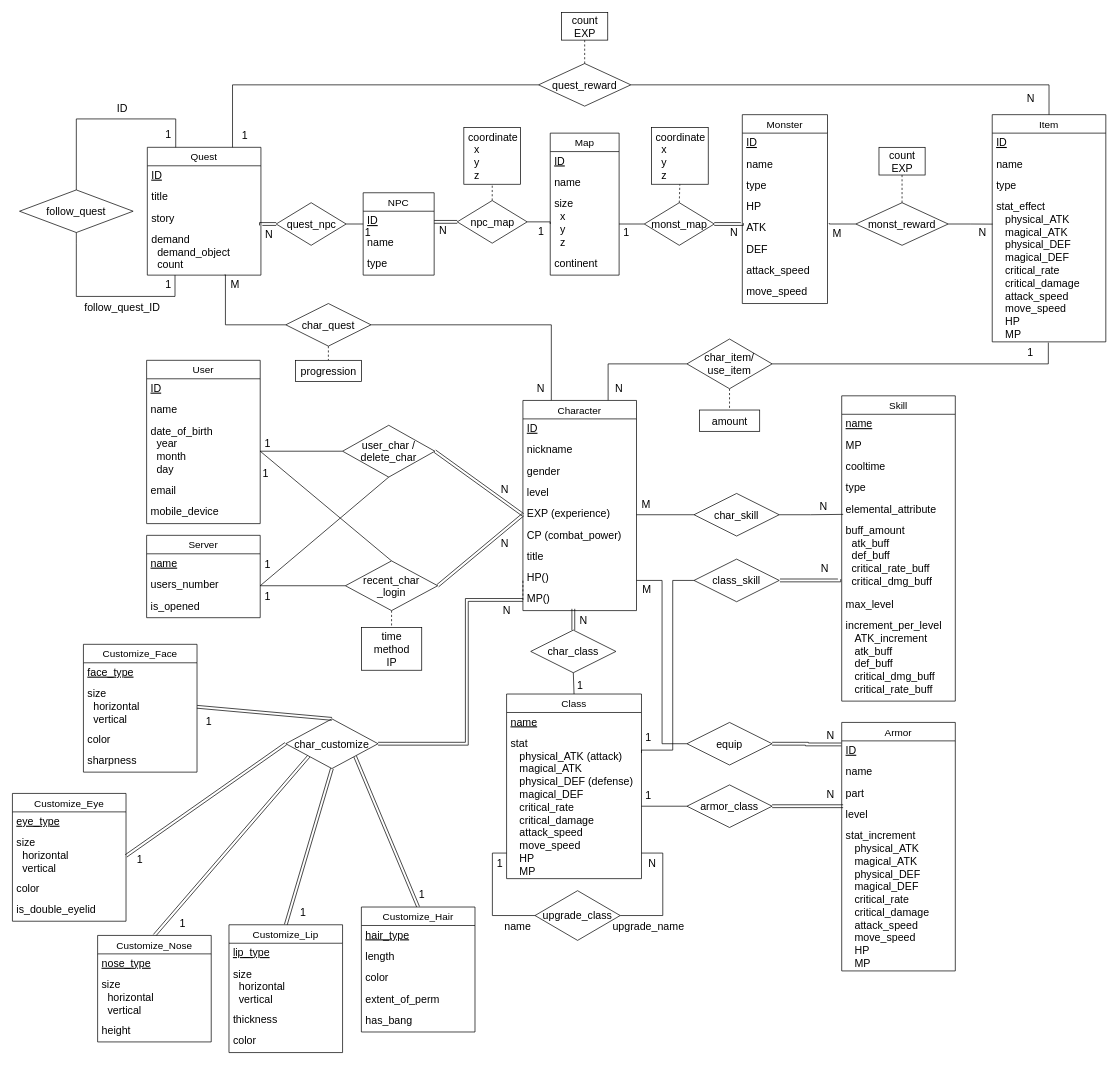
Earlier version of the draw.io diagram MMORPG.drawio (gpdls8370/DB_Report). Source tidied: cells renumbered, new cells numbered last; positions are measured from the earlier drawing's top-left corner, leaving out a move shared by most shapes. Both pictures are drawn from the tidied source at 71%, with x=0, y=0 at pixel (12, 12).
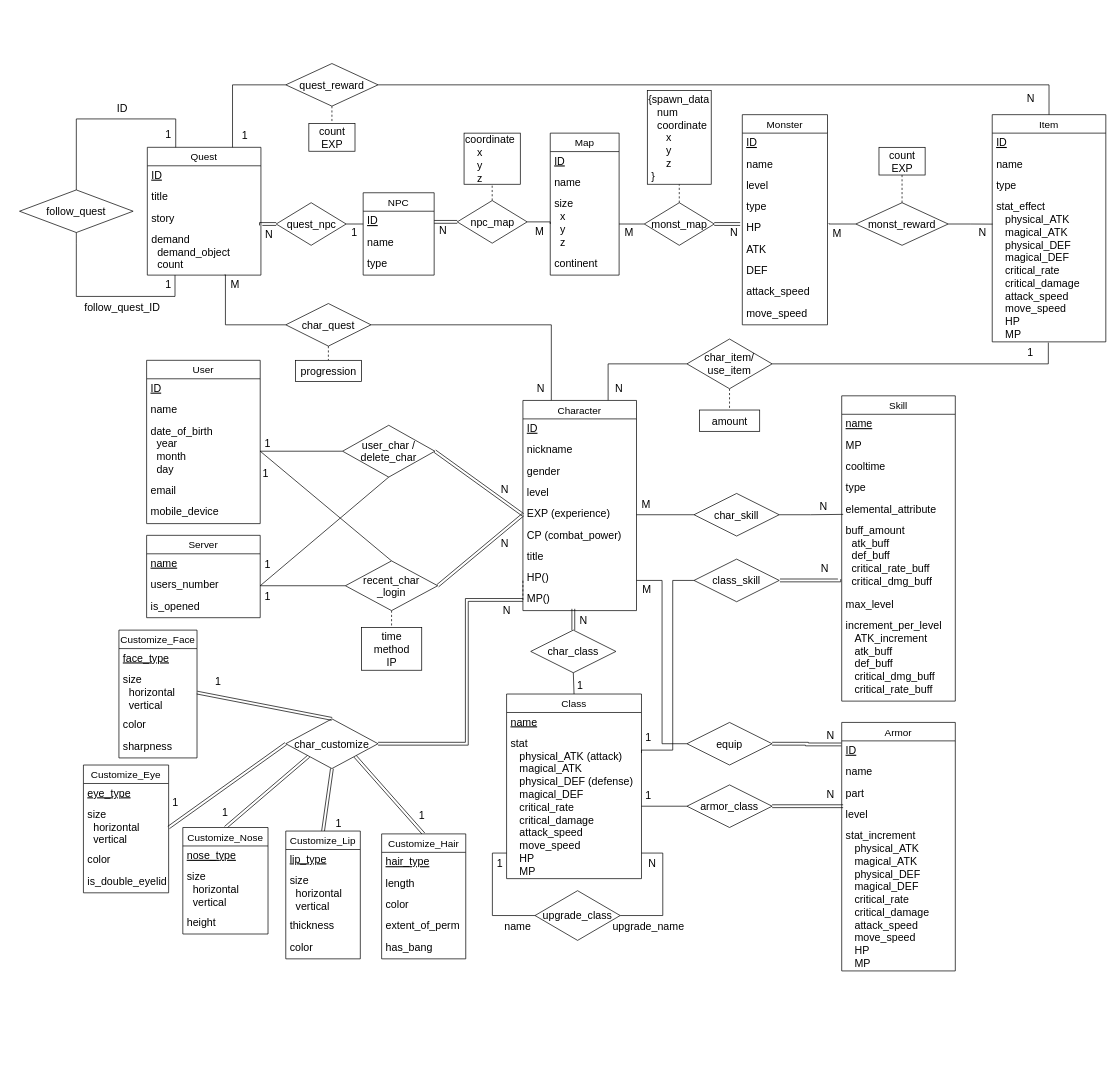
The same page after the edit.

Unchanged cells that the change refers to:
```xml
<mxCell id="100" value="monst_reward" style="shape=rhombus;perimeter=rhombusPerimeter;whiteSpace=wrap;html=1;align=center;fontSize=15;" parent="1" vertex="1">
  <mxGeometry x="1188" y="268" width="130" height="60" as="geometry" />
</mxCell>
<mxCell id="103" value="npc_map" style="shape=rhombus;perimeter=rhombusPerimeter;whiteSpace=wrap;html=1;align=center;fontSize=15;" parent="1" vertex="1">
  <mxGeometry x="626.5" y="265" width="98.5" height="60" as="geometry" />
</mxCell>
<mxCell id="106" value="monst_map" style="shape=rhombus;perimeter=rhombusPerimeter;whiteSpace=wrap;html=1;align=center;fontSize=15;" parent="1" vertex="1">
  <mxGeometry x="890" y="268" width="98.5" height="60" as="geometry" />
</mxCell>
```

The edit, as a diff of the source:
```diff
@@
     <mxCell id="45" value="Monster" style="swimlane;fontStyle=0;horizontal=1;startSize=26;align=center;fontSize=14;" parent="1" vertex="1">
-      <mxGeometry x="1028" y="144" width="120" height="266" as="geometry" />
+      <mxGeometry x="1028" y="144" width="120" height="296" as="geometry" />
     </mxCell>
@@
-    <mxCell id="48" value="type" style="text;strokeColor=none;fillColor=none;spacingLeft=5;spacingRight=4;overflow=hidden;fontSize=15;spacing=1;spacingBottom=-1;spacingTop=-1;" parent="45" vertex="1">
+    <mxCell id="48" value="level" style="text;strokeColor=none;fillColor=none;spacingLeft=5;spacingRight=4;overflow=hidden;fontSize=15;spacing=1;spacingBottom=-1;spacingTop=-1;" parent="45" vertex="1">
       <mxGeometry y="86" width="120" height="30" as="geometry" />
     </mxCell>
+    <mxCell id="212" value="type" style="text;strokeColor=none;fillColor=none;spacingLeft=5;spacingRight=4;overflow=hidden;fontSize=15;spacing=1;spacingBottom=-1;spacingTop=-1;" parent="45" vertex="1">
+      <mxGeometry y="116" width="120" height="30" as="geometry" />
+    </mxCell>
     <mxCell id="49" value="HP" style="text;strokeColor=none;fillColor=none;spacingLeft=5;spacingRight=4;overflow=hidden;points=[[0,0.5],[1,0.5]];portConstraint=eastwest;fontSize=15;spacing=1;spacingBottom=-1;spacingTop=-1;" parent="45" vertex="1">
-      <mxGeometry y="116" width="120" height="30" as="geometry" />
+      <mxGeometry y="146" width="120" height="30" as="geometry" />
     </mxCell>
     <mxCell id="50" value="ATK" style="text;strokeColor=none;fillColor=none;spacingLeft=5;spacingRight=4;overflow=hidden;points=[[0,0.5],[1,0.5]];portConstraint=eastwest;fontSize=15;spacing=1;spacingBottom=-1;spacingTop=-1;" parent="45" vertex="1">
-      <mxGeometry y="146" width="120" height="30" as="geometry" />
+      <mxGeometry y="176" width="120" height="30" as="geometry" />
     </mxCell>
     <mxCell id="51" value="DEF" style="text;strokeColor=none;fillColor=none;spacingLeft=5;spacingRight=4;overflow=hidden;fontSize=15;spacing=1;spacingBottom=-1;spacingTop=-1;" parent="45" vertex="1">
-      <mxGeometry y="176" width="120" height="30" as="geometry" />
+      <mxGeometry y="206" width="120" height="30" as="geometry" />
     </mxCell>
     <mxCell id="52" value="attack_speed" style="text;strokeColor=none;fillColor=none;spacingLeft=5;spacingRight=4;overflow=hidden;fontSize=15;spacing=1;spacingBottom=-1;spacingTop=-1;" parent="45" vertex="1">
-      <mxGeometry y="206" width="120" height="30" as="geometry" />
+      <mxGeometry y="236" width="120" height="30" as="geometry" />
     </mxCell>
     <mxCell id="53" value="move_speed" style="text;strokeColor=none;fillColor=none;spacingLeft=5;spacingRight=4;overflow=hidden;fontSize=15;spacing=1;spacingBottom=-1;spacingTop=-1;" parent="45" vertex="1">
-      <mxGeometry y="236" width="120" height="30" as="geometry" />
+      <mxGeometry y="266" width="120" height="30" as="geometry" />
     </mxCell>
@@
     <mxCell id="73" value="1" style="html=1;align=right;verticalAlign=bottom;fontSize=15;" parent="1" vertex="1">
-      <mxGeometry x="501" y="328" as="geometry">
+      <mxGeometry x="482" y="327" as="geometry">
         <mxPoint x="4" y="-7" as="offset" />
       </mxGeometry>
     </mxCell>
@@
+    <mxCell id="213" style="edgeStyle=orthogonalEdgeStyle;rounded=0;jettySize=auto;html=1;exitX=0.5;exitY=1;exitDx=0;exitDy=0;entryX=0.5;entryY=0;entryDx=0;entryDy=0;dashed=1;endArrow=none;endFill=0;" parent="1" edge="1" source="88" target="90">
+      <mxGeometry relative="1" as="geometry" />
+    </mxCell>
     <mxCell id="88" value="quest_reward" style="shape=rhombus;perimeter=rhombusPerimeter;whiteSpace=wrap;html=1;align=center;fontSize=15;" parent="1" vertex="1">
-      <mxGeometry x="741" y="72" width="130" height="60" as="geometry" />
+      <mxGeometry x="385" y="72" width="130" height="60" as="geometry" />
     </mxCell>
-    <mxCell id="89" style="edgeStyle=orthogonalEdgeStyle;rounded=0;jettySize=auto;html=1;exitX=0.5;exitY=1;exitDx=0;exitDy=0;entryX=0.5;entryY=0;entryDx=0;entryDy=0;dashed=1;fontSize=15;endArrow=none;endFill=0;" parent="1" edge="1" source="90" target="88">
-      <mxGeometry relative="1" as="geometry" />
-    </mxCell>
     <mxCell id="90" value="count&lt;br&gt;EXP" style="whiteSpace=wrap;html=1;align=center;fontSize=15;" parent="1" vertex="1">
-      <mxGeometry x="773.5" width="65" height="39" as="geometry" />
+      <mxGeometry x="417.5" y="156.5" width="65" height="39" as="geometry" />
     </mxCell>
@@
-    <mxCell id="97" style="edgeStyle=orthogonalEdgeStyle;rounded=0;jettySize=auto;html=1;exitX=0;exitY=0.5;exitDx=0;exitDy=0;entryX=1.02;entryY=0.224;entryDx=0;entryDy=0;entryPerimeter=0;fontSize=15;endArrow=none;endFill=0;" parent="1" edge="1" source="100" target="50">
+    <mxCell id="97" style="edgeStyle=orthogonalEdgeStyle;rounded=0;jettySize=auto;html=1;exitX=0;exitY=0.5;exitDx=0;exitDy=0;entryX=1.017;entryY=0.233;entryDx=0;entryDy=0;entryPerimeter=0;fontSize=15;endArrow=none;endFill=0;" parent="1" edge="1" source="100" target="49">
       <mxGeometry relative="1" as="geometry" />
     </mxCell>
@@
-    <mxCell id="102" style="edgeStyle=orthogonalEdgeStyle;rounded=0;jettySize=auto;html=1;exitX=0.5;exitY=0;exitDx=0;exitDy=0;entryX=0.5;entryY=1;entryDx=0;entryDy=0;fontSize=15;endArrow=none;endFill=0;dashed=1;" parent="1" edge="1" source="103" target="113">
+    <mxCell id="102" style="edgeStyle=orthogonalEdgeStyle;rounded=0;jettySize=auto;html=1;exitX=0.5;exitY=0;exitDx=0;exitDy=0;entryX=0.5;entryY=1;entryDx=0;entryDy=0;dashed=1;endArrow=none;endFill=0;" parent="1" edge="1" source="103" target="113">
       <mxGeometry relative="1" as="geometry" />
     </mxCell>
@@
-    <mxCell id="104" style="edgeStyle=orthogonalEdgeStyle;rounded=0;jettySize=auto;html=1;exitX=1;exitY=0.5;exitDx=0;exitDy=0;entryX=-0.004;entryY=0.224;entryDx=0;entryDy=0;entryPerimeter=0;fontSize=15;endArrow=none;endFill=0;shape=link;" parent="1" edge="1" source="106" target="50">
+    <mxCell id="104" style="edgeStyle=orthogonalEdgeStyle;rounded=0;jettySize=auto;html=1;exitX=1;exitY=0.5;exitDx=0;exitDy=0;entryX=-0.025;entryY=0.267;entryDx=0;entryDy=0;entryPerimeter=0;fontSize=15;endArrow=none;endFill=0;shape=link;" parent="1" edge="1" source="106" target="49">
       <mxGeometry relative="1" as="geometry" />
     </mxCell>
@@
-    <mxCell id="111" value="1" style="html=1;align=right;verticalAlign=bottom;fontSize=15;" parent="1" vertex="1">
-      <mxGeometry x="865" y="328" as="geometry">
+    <mxCell id="111" value="M" style="html=1;align=right;verticalAlign=bottom;fontSize=15;" parent="1" vertex="1">
+      <mxGeometry x="871" y="328" as="geometry">
         <mxPoint x="4" y="-7" as="offset" />
       </mxGeometry>
     </mxCell>
-    <mxCell id="112" value="1" style="html=1;align=right;verticalAlign=bottom;fontSize=15;" parent="1" vertex="1">
+    <mxCell id="112" value="M" style="html=1;align=right;verticalAlign=bottom;fontSize=15;" parent="1" vertex="1">
       <mxGeometry x="745" y="326" as="geometry">
         <mxPoint x="4" y="-7" as="offset" />
       </mxGeometry>
     </mxCell>
-    <mxCell id="113" value="&amp;nbsp;coordinate&lt;br&gt;&amp;nbsp; &amp;nbsp;x&lt;br&gt;&amp;nbsp; &amp;nbsp;y&lt;br&gt;&amp;nbsp; &amp;nbsp;z" style="whiteSpace=wrap;html=1;align=left;fontSize=15;" parent="1" vertex="1">
-      <mxGeometry x="635.8" y="162" width="80" height="80" as="geometry" />
-    </mxCell>
-    <mxCell id="114" value="&amp;nbsp;coordinate&lt;br&gt;&amp;nbsp; &amp;nbsp;x&lt;br&gt;&amp;nbsp; &amp;nbsp;y&lt;br&gt;&amp;nbsp; &amp;nbsp;z" style="whiteSpace=wrap;html=1;align=left;fontSize=15;" parent="1" vertex="1">
-      <mxGeometry x="900" y="162" width="80" height="80" as="geometry" />
+    <mxCell id="114" value="{spawn_data&lt;br&gt;&amp;nbsp; &amp;nbsp;num&lt;br&gt;&amp;nbsp; &amp;nbsp;coordinate&lt;br&gt;&amp;nbsp; &amp;nbsp; &amp;nbsp; x&lt;br&gt;&amp;nbsp; &amp;nbsp; &amp;nbsp; y&lt;br&gt;&amp;nbsp; &amp;nbsp; &amp;nbsp; z&lt;br&gt;&amp;nbsp;}" style="whiteSpace=wrap;html=1;align=left;fontSize=15;" parent="1" vertex="1">
+      <mxGeometry x="894.2" y="110" width="90" height="132" as="geometry" />
     </mxCell>
@@
     <mxCell id="119" value="Customize_Eye" style="swimlane;fontStyle=0;horizontal=1;startSize=26;align=center;fontSize=14;" parent="1" vertex="1">
-      <mxGeometry y="1100" width="160" height="180" as="geometry" />
+      <mxGeometry x="100" y="1060" width="120" height="180" as="geometry" />
     </mxCell>
     <mxCell id="120" value="eye_type" style="text;strokeColor=none;fillColor=none;spacingLeft=5;spacingRight=4;overflow=hidden;fontSize=15;spacing=1;spacingBottom=-1;spacingTop=-1;fontStyle=4;" parent="119" vertex="1">
-      <mxGeometry y="26" width="160" height="30" as="geometry" />
+      <mxGeometry y="26" width="120" height="30" as="geometry" />
     </mxCell>
     <mxCell id="121" value="size&#10;  horizontal&#10;  vertical" style="text;strokeColor=none;fillColor=none;spacingLeft=5;spacingRight=4;overflow=hidden;points=[[0,0.5],[1,0.5]];portConstraint=eastwest;fontSize=15;spacing=1;spacingBottom=-1;spacingTop=-1;" parent="119" vertex="1">
-      <mxGeometry y="56" width="160" height="64" as="geometry" />
+      <mxGeometry y="56" width="120" height="64" as="geometry" />
     </mxCell>
     <mxCell id="122" value="color" style="text;strokeColor=none;fillColor=none;spacingLeft=5;spacingRight=4;overflow=hidden;fontSize=15;spacing=1;spacingBottom=-1;spacingTop=-1;" parent="119" vertex="1">
-      <mxGeometry y="120" width="160" height="30" as="geometry" />
+      <mxGeometry y="120" width="120" height="30" as="geometry" />
     </mxCell>
     <mxCell id="123" value="is_double_eyelid" style="text;strokeColor=none;fillColor=none;spacingLeft=5;spacingRight=4;overflow=hidden;fontSize=15;spacing=1;spacingBottom=-1;spacingTop=-1;" parent="119" vertex="1">
-      <mxGeometry y="150" width="160" height="30" as="geometry" />
+      <mxGeometry y="150" width="120" height="30" as="geometry" />
     </mxCell>
     <mxCell id="124" value="Customize_Face" style="swimlane;fontStyle=0;horizontal=1;startSize=26;align=center;fontSize=14;" parent="1" vertex="1">
-      <mxGeometry x="100" y="890" width="160" height="180" as="geometry" />
+      <mxGeometry x="150" y="870" width="110" height="180" as="geometry" />
     </mxCell>
     <mxCell id="125" value="face_type" style="text;strokeColor=none;fillColor=none;spacingLeft=5;spacingRight=4;overflow=hidden;fontSize=15;spacing=1;spacingBottom=-1;spacingTop=-1;fontStyle=4;" parent="124" vertex="1">
-      <mxGeometry y="26" width="160" height="30" as="geometry" />
+      <mxGeometry y="26" width="110" height="30" as="geometry" />
     </mxCell>
     <mxCell id="126" value="size&#10;  horizontal&#10;  vertical" style="text;strokeColor=none;fillColor=none;spacingLeft=5;spacingRight=4;overflow=hidden;points=[[0,0.5],[1,0.5]];portConstraint=eastwest;fontSize=15;spacing=1;spacingBottom=-1;spacingTop=-1;" parent="124" vertex="1">
-      <mxGeometry y="56" width="160" height="64" as="geometry" />
+      <mxGeometry y="56" width="110" height="64" as="geometry" />
     </mxCell>
     <mxCell id="127" value="color" style="text;strokeColor=none;fillColor=none;spacingLeft=5;spacingRight=4;overflow=hidden;fontSize=15;spacing=1;spacingBottom=-1;spacingTop=-1;" parent="124" vertex="1">
-      <mxGeometry y="120" width="160" height="30" as="geometry" />
+      <mxGeometry y="120" width="110" height="30" as="geometry" />
     </mxCell>
     <mxCell id="128" value="sharpness" style="text;strokeColor=none;fillColor=none;spacingLeft=5;spacingRight=4;overflow=hidden;fontSize=15;spacing=1;spacingBottom=-1;spacingTop=-1;" parent="124" vertex="1">
-      <mxGeometry y="150" width="160" height="30" as="geometry" />
+      <mxGeometry y="150" width="110" height="30" as="geometry" />
     </mxCell>
@@
     <mxCell id="185" value="Customize_Nose" style="swimlane;fontStyle=0;horizontal=1;startSize=26;align=center;fontSize=14;" parent="1" vertex="1">
-      <mxGeometry x="120" y="1300" width="160" height="150" as="geometry" />
+      <mxGeometry x="240" y="1148" width="120" height="150" as="geometry" />
     </mxCell>
     <mxCell id="186" value="nose_type" style="text;strokeColor=none;fillColor=none;spacingLeft=5;spacingRight=4;overflow=hidden;fontSize=15;spacing=1;spacingBottom=-1;spacingTop=-1;fontStyle=4;" parent="185" vertex="1">
-      <mxGeometry y="26" width="160" height="30" as="geometry" />
+      <mxGeometry y="26" width="120" height="30" as="geometry" />
     </mxCell>
     <mxCell id="187" value="size&#10;  horizontal&#10;  vertical" style="text;strokeColor=none;fillColor=none;spacingLeft=5;spacingRight=4;overflow=hidden;fontSize=15;spacing=1;spacingBottom=-1;spacingTop=-1;" parent="185" vertex="1">
-      <mxGeometry y="56" width="160" height="64" as="geometry" />
+      <mxGeometry y="56" width="120" height="64" as="geometry" />
     </mxCell>
     <mxCell id="188" value="height" style="text;strokeColor=none;fillColor=none;spacingLeft=5;spacingRight=4;overflow=hidden;fontSize=15;spacing=1;spacingBottom=-1;spacingTop=-1;" parent="185" vertex="1">
-      <mxGeometry y="120" width="160" height="30" as="geometry" />
+      <mxGeometry y="120" width="120" height="30" as="geometry" />
     </mxCell>
@@
     <mxCell id="190" value="Customize_Lip" style="swimlane;fontStyle=0;horizontal=1;startSize=26;align=center;fontSize=14;" parent="1" vertex="1">
-      <mxGeometry x="305" y="1285" width="160" height="180" as="geometry" />
+      <mxGeometry x="385" y="1153" width="105" height="180" as="geometry" />
     </mxCell>
     <mxCell id="191" value="lip_type" style="text;strokeColor=none;fillColor=none;spacingLeft=5;spacingRight=4;overflow=hidden;fontSize=15;spacing=1;spacingBottom=-1;spacingTop=-1;fontStyle=4;" parent="190" vertex="1">
-      <mxGeometry y="26" width="160" height="30" as="geometry" />
+      <mxGeometry y="26" width="105" height="30" as="geometry" />
     </mxCell>
     <mxCell id="192" value="size&#10;  horizontal&#10;  vertical" style="text;strokeColor=none;fillColor=none;spacingLeft=5;spacingRight=4;overflow=hidden;fontSize=15;spacing=1;spacingBottom=-1;spacingTop=-1;" parent="190" vertex="1">
-      <mxGeometry y="56" width="160" height="64" as="geometry" />
+      <mxGeometry y="56" width="105" height="64" as="geometry" />
     </mxCell>
     <mxCell id="193" value="thickness" style="text;strokeColor=none;fillColor=none;spacingLeft=5;spacingRight=4;overflow=hidden;fontSize=15;spacing=1;spacingBottom=-1;spacingTop=-1;" parent="190" vertex="1">
-      <mxGeometry y="120" width="160" height="30" as="geometry" />
+      <mxGeometry y="120" width="105" height="30" as="geometry" />
     </mxCell>
     <mxCell id="194" value="color" style="text;strokeColor=none;fillColor=none;spacingLeft=5;spacingRight=4;overflow=hidden;fontSize=15;spacing=1;spacingBottom=-1;spacingTop=-1;" parent="190" vertex="1">
-      <mxGeometry y="150" width="160" height="30" as="geometry" />
+      <mxGeometry y="150" width="105" height="30" as="geometry" />
     </mxCell>
@@
     <mxCell id="196" value="Customize_Hair" style="swimlane;fontStyle=0;horizontal=1;startSize=26;align=center;fontSize=14;" parent="1" vertex="1">
-      <mxGeometry x="491.5" y="1260" width="160" height="176" as="geometry" />
+      <mxGeometry x="520" y="1157" width="118.5" height="176" as="geometry" />
     </mxCell>
     <mxCell id="197" value="hair_type" style="text;strokeColor=none;fillColor=none;spacingLeft=5;spacingRight=4;overflow=hidden;fontSize=15;spacing=1;spacingBottom=-1;spacingTop=-1;fontStyle=4;" parent="196" vertex="1">
-      <mxGeometry y="26" width="160" height="30" as="geometry" />
+      <mxGeometry y="26" width="118.5" height="30" as="geometry" />
     </mxCell>
     <mxCell id="198" value="length" style="text;strokeColor=none;fillColor=none;spacingLeft=5;spacingRight=4;overflow=hidden;fontSize=15;spacing=1;spacingBottom=-1;spacingTop=-1;" parent="196" vertex="1">
-      <mxGeometry y="56" width="160" height="30" as="geometry" />
+      <mxGeometry y="56" width="118.5" height="30" as="geometry" />
     </mxCell>
     <mxCell id="199" value="color" style="text;strokeColor=none;fillColor=none;spacingLeft=5;spacingRight=4;overflow=hidden;fontSize=15;spacing=1;spacingBottom=-1;spacingTop=-1;" parent="196" vertex="1">
-      <mxGeometry y="86" width="160" height="30" as="geometry" />
+      <mxGeometry y="86" width="118.5" height="30" as="geometry" />
     </mxCell>
     <mxCell id="200" value="extent_of_perm" style="text;strokeColor=none;fillColor=none;spacingLeft=5;spacingRight=4;overflow=hidden;fontSize=15;spacing=1;spacingBottom=-1;spacingTop=-1;" parent="196" vertex="1">
-      <mxGeometry y="116" width="160" height="30" as="geometry" />
+      <mxGeometry y="116" width="118.5" height="30" as="geometry" />
     </mxCell>
     <mxCell id="201" value="has_bang" style="text;strokeColor=none;fillColor=none;spacingLeft=5;spacingRight=4;overflow=hidden;fontSize=15;spacing=1;spacingBottom=-1;spacingTop=-1;" parent="196" vertex="1">
-      <mxGeometry y="146" width="160" height="30" as="geometry" />
+      <mxGeometry y="146" width="118.5" height="30" as="geometry" />
     </mxCell>
@@
     <mxCell id="207" value="1" style="html=1;align=right;verticalAlign=bottom;fontSize=15;" parent="1" vertex="1">
-      <mxGeometry x="576.5" y="1260" as="geometry">
+      <mxGeometry x="576.5" y="1148" as="geometry">
         <mxPoint x="4" y="-7" as="offset" />
       </mxGeometry>
     </mxCell>
     <mxCell id="208" value="1" style="html=1;align=right;verticalAlign=bottom;fontSize=15;" parent="1" vertex="1">
-      <mxGeometry x="410" y="1285" as="geometry">
+      <mxGeometry x="460" y="1160" as="geometry">
         <mxPoint x="4" y="-7" as="offset" />
       </mxGeometry>
     </mxCell>
     <mxCell id="209" value="1" style="html=1;align=right;verticalAlign=bottom;fontSize=15;" parent="1" vertex="1">
-      <mxGeometry x="240" y="1300" as="geometry">
+      <mxGeometry x="300" y="1145" as="geometry">
         <mxPoint x="4" y="-7" as="offset" />
       </mxGeometry>
     </mxCell>
     <mxCell id="210" value="1" style="html=1;align=right;verticalAlign=bottom;fontSize=15;" parent="1" vertex="1">
-      <mxGeometry x="180" y="1210" as="geometry">
+      <mxGeometry x="230" y="1130" as="geometry">
         <mxPoint x="4" y="-7" as="offset" />
       </mxGeometry>
     </mxCell>
     <mxCell id="211" value="1" style="html=1;align=right;verticalAlign=bottom;fontSize=15;" parent="1" vertex="1">
-      <mxGeometry x="277" y="1016" as="geometry">
+      <mxGeometry x="290" y="960" as="geometry">
         <mxPoint x="4" y="-7" as="offset" />
       </mxGeometry>
     </mxCell>
+    <mxCell id="113" value="coordinate&lt;br&gt;&amp;nbsp; &amp;nbsp; x&lt;br&gt;&amp;nbsp; &amp;nbsp; y&lt;br&gt;&amp;nbsp; &amp;nbsp; z" style="whiteSpace=wrap;html=1;align=left;fontSize=15;" parent="1" vertex="1">
+      <mxGeometry x="636.1" y="170" width="79.2" height="72" as="geometry" />
+    </mxCell>
```
